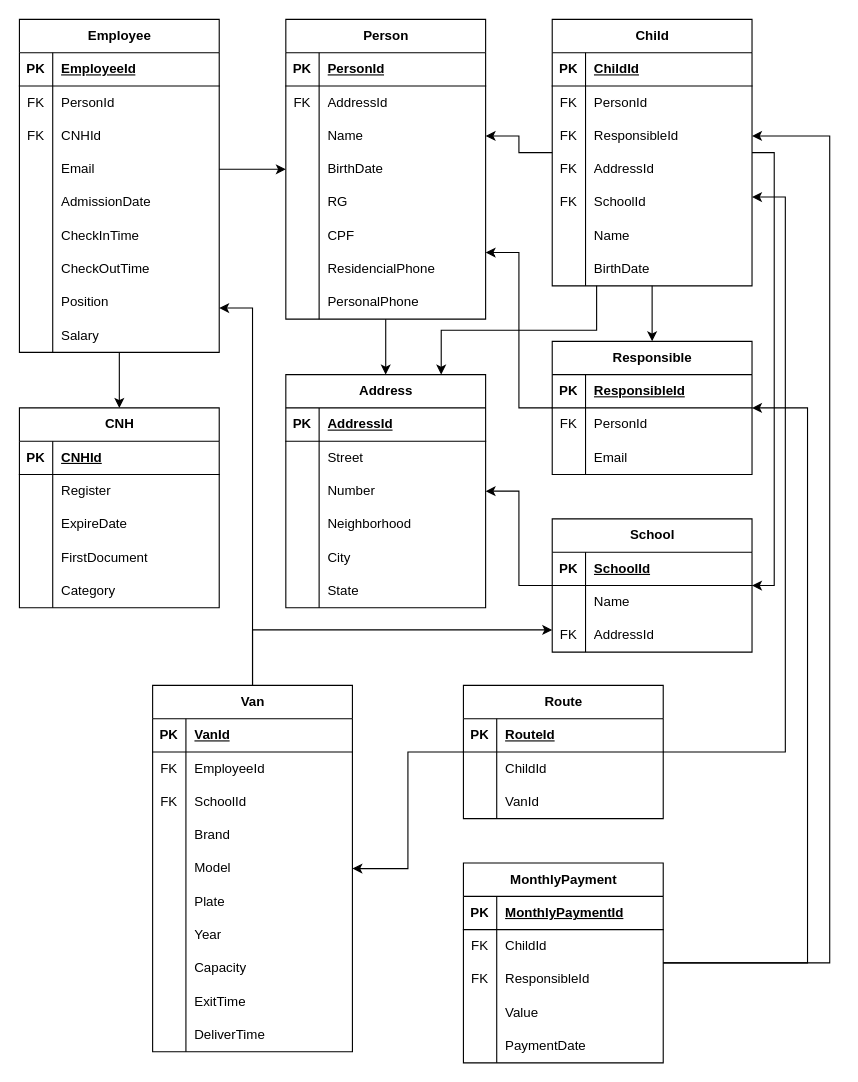
The draw.io diagram SchoolTrack-Backend/SchoolTrack.drawio in JoviOakz/SchoolTrack, before the edit. Source tidied: cells renumbered, new cells numbered last; positions are measured from the earlier drawing's top-left corner, leaving out a move shared by most shapes. Both pictures are drawn from the tidied source at 111%, with x=0, y=0 at pixel (19, 19).
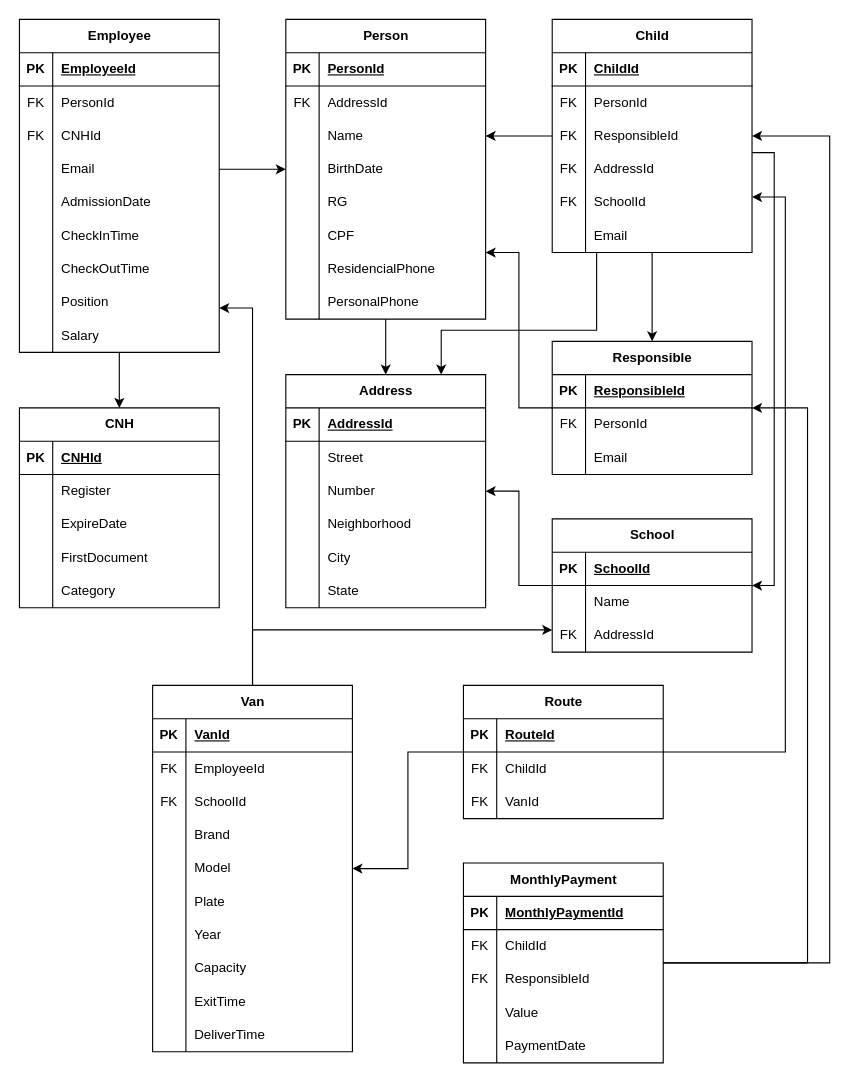
The same diagram, later.

The change refers to these unchanged cells:
```xml
<mxCell id="87" style="shape=tableRow;horizontal=0;startSize=0;swimlaneHead=0;swimlaneBody=0;fillColor=none;top=0;left=0;right=0;bottom=0;" parent="71" vertex="1">
  <mxGeometry y="180" width="180" height="30" as="geometry" />
</mxCell>
<mxCell id="169" style="shape=tableRow;horizontal=0;startSize=0;swimlaneHead=0;swimlaneBody=0;fillColor=none;top=0;left=0;right=0;bottom=0;" parent="165" vertex="1">
  <mxGeometry y="60" width="180" height="30" as="geometry" />
</mxCell>
<mxCell id="172" style="shape=tableRow;horizontal=0;startSize=0;swimlaneHead=0;swimlaneBody=0;fillColor=none;top=0;left=0;right=0;bottom=0;" parent="165" vertex="1">
  <mxGeometry y="90" width="180" height="30" as="geometry" />
</mxCell>
```

Change to the diagram source:
```diff
@@
     <mxCell id="71" value="Child" style="shape=table;startSize=30;childLayout=tableLayout;rowLines=0;fontStyle=1;align=center;html=1;" parent="1" vertex="1">
-      <mxGeometry x="480" width="180" height="240" as="geometry" />
+      <mxGeometry x="480" width="180" height="210" as="geometry" />
     </mxCell>
@@
-    <mxCell id="88" style="shape=partialRectangle;fillColor=none;top=0;left=0;bottom=0;right=0;overflow=hidden;whiteSpace=wrap;html=1;" parent="87" vertex="1">
-      <mxGeometry width="30" height="30" as="geometry" />
-    </mxCell>
-    <mxCell id="89" value="Name" style="shape=partialRectangle;fillColor=none;top=0;left=0;bottom=0;right=0;align=left;spacingLeft=6;overflow=hidden;whiteSpace=wrap;html=1;" parent="87" vertex="1">
-      <mxGeometry x="30" width="150" height="30" as="geometry" />
-    </mxCell>
-    <mxCell id="90" style="shape=tableRow;horizontal=0;startSize=0;swimlaneHead=0;swimlaneBody=0;fillColor=none;top=0;left=0;right=0;bottom=0;" parent="71" vertex="1">
-      <mxGeometry y="210" width="180" height="30" as="geometry" />
-    </mxCell>
-    <mxCell id="91" style="shape=partialRectangle;fillColor=none;top=0;left=0;bottom=0;right=0;overflow=hidden;whiteSpace=wrap;html=1;" parent="90" vertex="1">
-      <mxGeometry width="30" height="30" as="geometry" />
-    </mxCell>
-    <mxCell id="92" value="BirthDate" style="shape=partialRectangle;fillColor=none;top=0;left=0;bottom=0;right=0;align=left;spacingLeft=6;overflow=hidden;whiteSpace=wrap;html=1;" parent="90" vertex="1">
-      <mxGeometry x="30" width="150" height="30" as="geometry" />
-    </mxCell>
+    <mxCell id="204" style="shape=partialRectangle;fillColor=none;top=0;left=0;bottom=0;right=0;overflow=hidden;whiteSpace=wrap;html=1;" parent="87" vertex="1">
+      <mxGeometry width="30" height="30" as="geometry" />
+    </mxCell>
+    <mxCell id="205" value="Email" style="shape=partialRectangle;fillColor=none;top=0;left=0;bottom=0;right=0;align=left;spacingLeft=6;overflow=hidden;whiteSpace=wrap;html=1;" parent="87" vertex="1">
+      <mxGeometry x="30" width="150" height="30" as="geometry" />
+    </mxCell>
@@
-    <mxCell id="170" style="shape=partialRectangle;fillColor=none;top=0;left=0;bottom=0;right=0;overflow=hidden;whiteSpace=wrap;html=1;" parent="169" vertex="1">
+    <mxCell id="170" value="FK" style="shape=partialRectangle;fillColor=none;top=0;left=0;bottom=0;right=0;overflow=hidden;whiteSpace=wrap;html=1;" parent="169" vertex="1">
       <mxGeometry width="30" height="30" as="geometry" />
     </mxCell>
@@
-    <mxCell id="173" style="shape=partialRectangle;fillColor=none;top=0;left=0;bottom=0;right=0;overflow=hidden;whiteSpace=wrap;html=1;" parent="172" vertex="1">
+    <mxCell id="173" value="FK" style="shape=partialRectangle;fillColor=none;top=0;left=0;bottom=0;right=0;overflow=hidden;whiteSpace=wrap;html=1;" parent="172" vertex="1">
       <mxGeometry width="30" height="30" as="geometry" />
     </mxCell>
```
